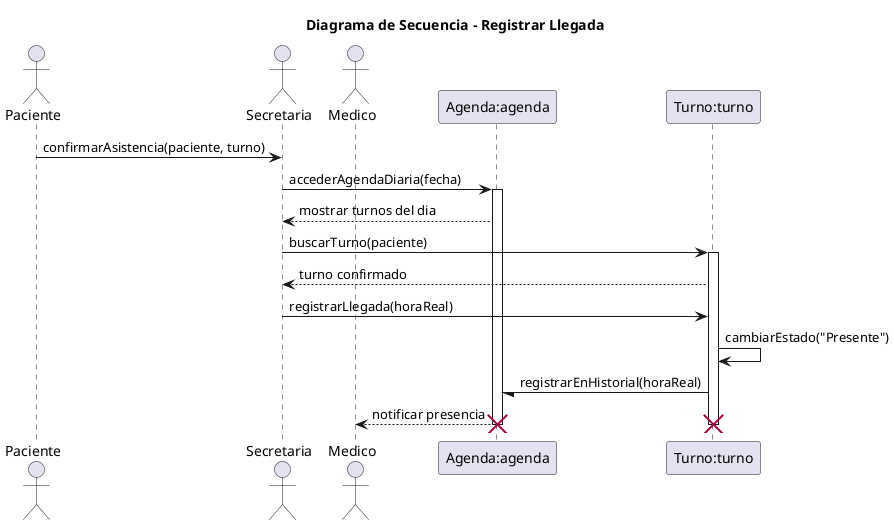
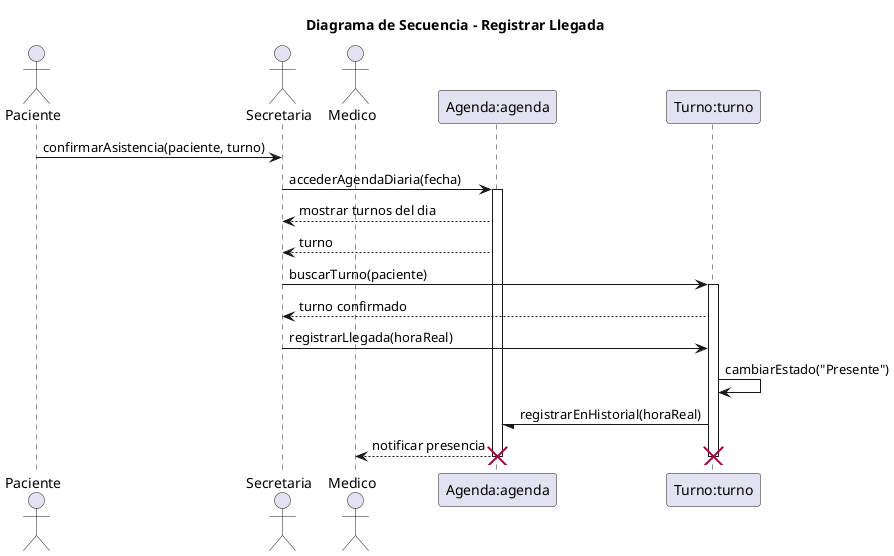
@startuml 05-secuencia-registrar-llegada-05

title Diagrama de Secuencia - Registrar Llegada

actor Paciente as paciente
actor Secretaria as secretaria
actor Medico as medico

participant "Agenda:agenda" as agenda
participant "Turno:turno" as turno

paciente -> secretaria: confirmarAsistencia(paciente, turno)
secretaria -> agenda: accederAgendaDiaria(fecha)

activate agenda

agenda --> secretaria: mostrar turnos del dia
+ agenda --> secretaria: turno
secretaria -> turno: buscarTurno(paciente)

activate turno

turno --> secretaria: turno confirmado
secretaria -> turno: registrarLlegada(horaReal)
turno -> turno: cambiarEstado("Presente")
turno -/ agenda: registrarEnHistorial(horaReal)
agenda --> medico: notificar presencia

deactivate turno
destroy turno

deactivate agenda
destroy agenda

@enduml
